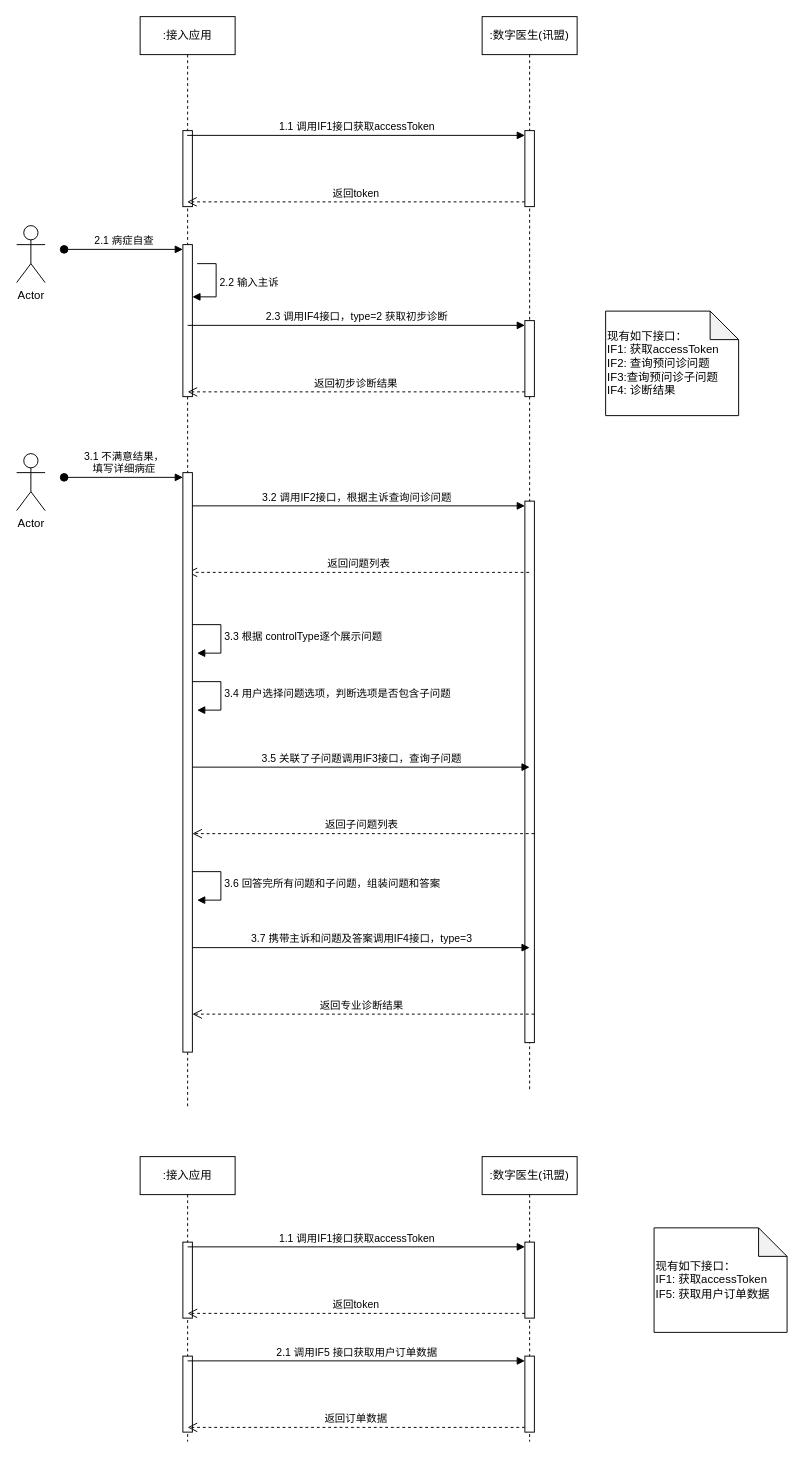
The draw.io diagram page "医疗" (2 of 2) of Untitled Diagram.drawio in bandly/drawio, before the edit. Source tidied: cells renumbered, new cells numbered last; positions are measured from the earlier drawing's top-left corner, leaving out a move shared by most shapes. Both pictures are drawn from the tidied source at 95%, with x=0, y=0 at pixel (16, 16).
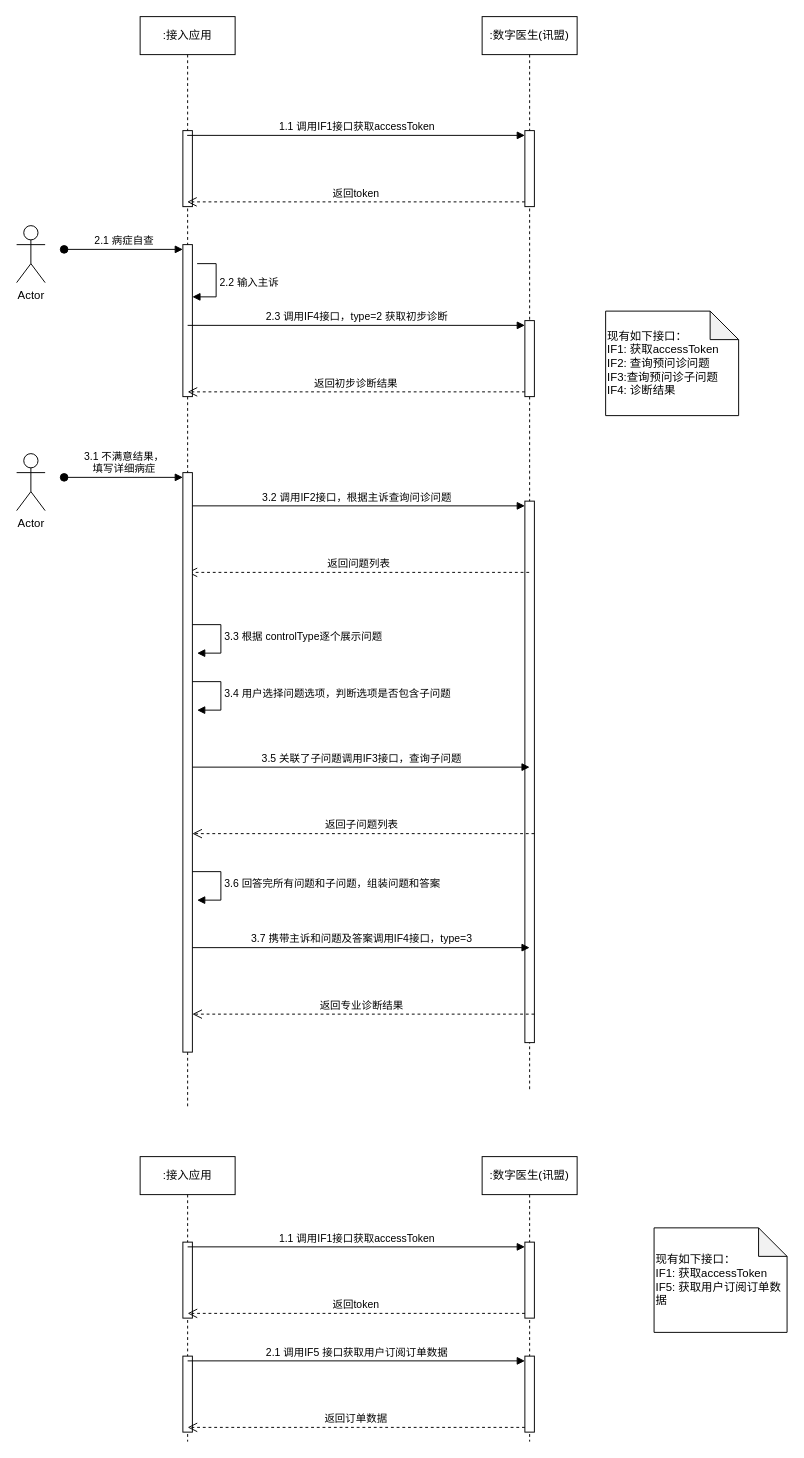
Above is the later version.

The change refers to these unchanged cells:
```xml
<mxCell id="37" style="html=1;points=[[0,0,0,0,5],[0,1,0,0,-5],[1,0,0,0,5],[1,1,0,0,-5]];perimeter=orthogonalPerimeter;outlineConnect=0;targetShapes=umlLifeline;portConstraint=eastwest;newEdgeStyle={&quot;curved&quot;:0,&quot;rounded&quot;:0};" parent="1" vertex="1">
  <mxGeometry x="535" y="1410" width="10" height="80" as="geometry" />
</mxCell>
```

What changed in the source:
```diff
@@
-    <mxCell id="35" value="现有如下接口：&lt;div&gt;IF1: 获取accessToken&lt;/div&gt;&lt;div&gt;&lt;span style=&quot;background-color: initial;&quot;&gt;IF5: 获取用户订单数据&lt;/span&gt;&lt;/div&gt;" style="shape=note;whiteSpace=wrap;html=1;backgroundOutline=1;darkOpacity=0.05;align=left;" parent="1" vertex="1">
+    <mxCell id="35" value="现有如下接口：&lt;div&gt;IF1: 获取accessToken&lt;/div&gt;&lt;div&gt;&lt;span style=&quot;background-color: initial;&quot;&gt;IF5: 获取用户订阅订单数据&lt;/span&gt;&lt;/div&gt;" style="shape=note;whiteSpace=wrap;html=1;backgroundOutline=1;darkOpacity=0.05;align=left;" parent="1" vertex="1">
       <mxGeometry x="671" y="1275" width="140" height="110" as="geometry" />
     </mxCell>
@@
-    <mxCell id="38" value="2.1 调用IF5 接口获取用户订单数据" style="html=1;verticalAlign=bottom;endArrow=block;curved=0;rounded=0;entryX=0;entryY=0;entryDx=0;entryDy=5;" parent="1" edge="1" target="37">
+    <mxCell id="38" value="2.1 调用IF5 接口获取用户订阅订单数据" style="html=1;verticalAlign=bottom;endArrow=block;curved=0;rounded=0;entryX=0;entryY=0;entryDx=0;entryDy=5;" parent="1" edge="1" target="37">
       <mxGeometry relative="1" as="geometry">
         <mxPoint x="180" y="1415" as="sourcePoint" />
       </mxGeometry>
     </mxCell>
```
